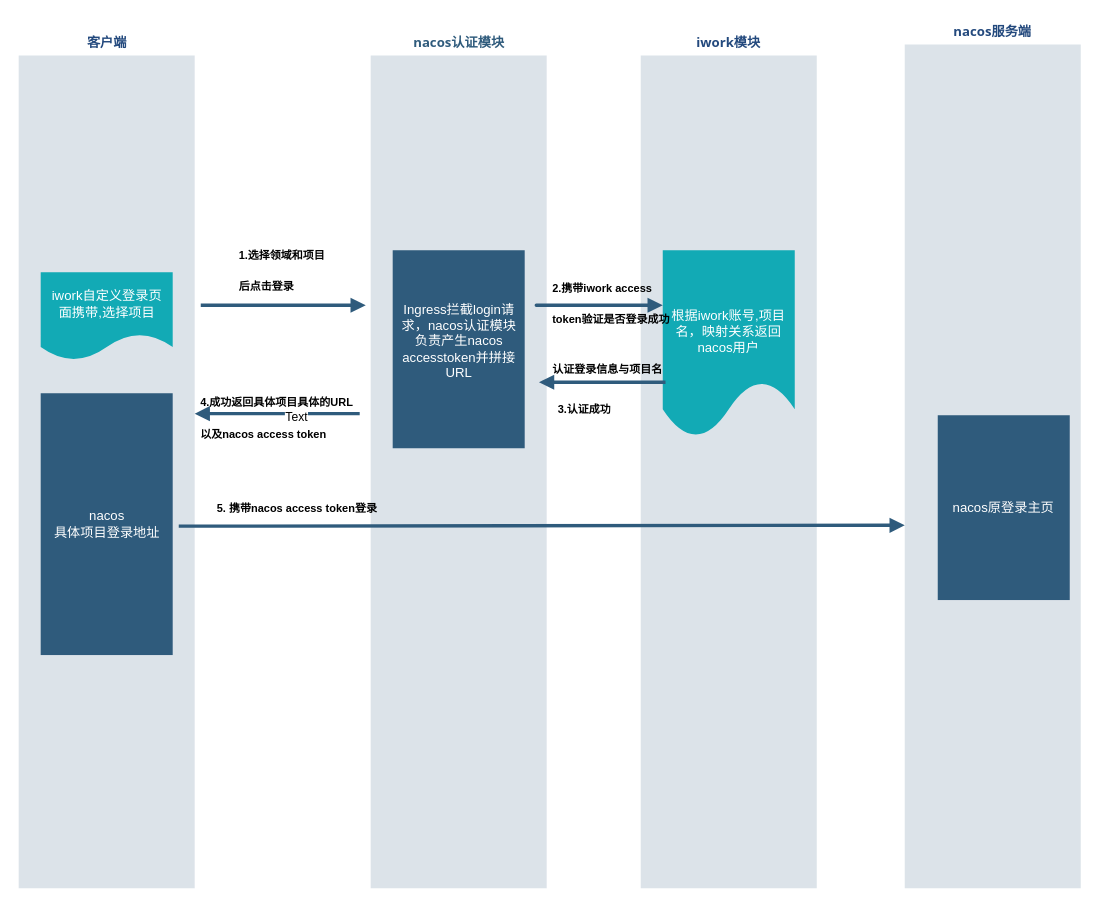
zhao0419/apiserver keeps this draw.io diagram as 未命名绘图.drawio. Above is the earlier version. Source tidied: cells renumbered, new cells numbered last; positions are measured from the earlier drawing's top-left corner, leaving out a move shared by most shapes. Both pictures are drawn from the tidied source at 110%, with x=0, y=0 at pixel (18, 19).
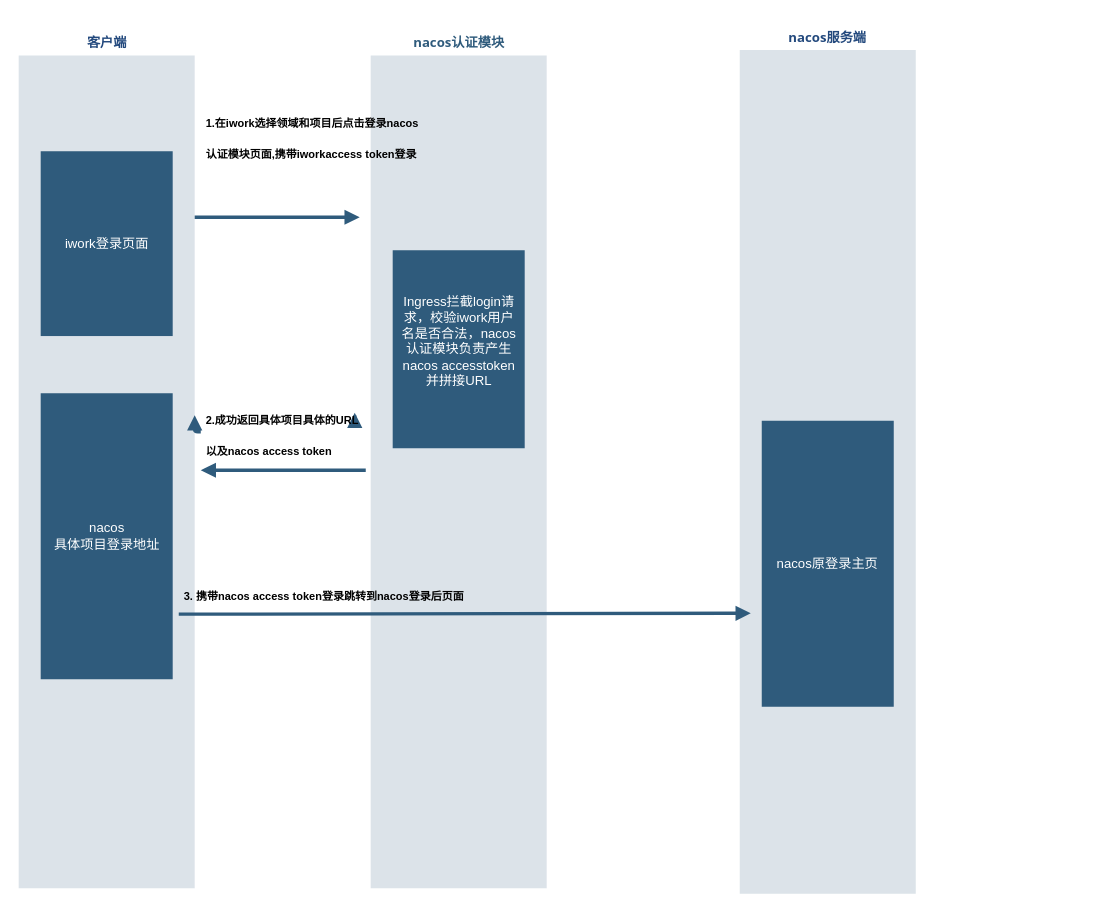
Above is the later version.

Commit message:
更新未命名绘图.drawio

Unchanged cells that the change refers to:
```xml
<mxCell id="2" value="&lt;font color=&quot;#23497d&quot;&gt;客户端&lt;/font&gt;" style="swimlane;whiteSpace=wrap;fillColor=none;swimlaneFillColor=#BAC8D3;fontColor=#2F5B7C;fontFamily=Tahoma;html=1;strokeColor=none;opacity=50;" parent="1" vertex="1">
  <mxGeometry x="0.5" y="10" width="160" height="780" as="geometry" />
</mxCell>
<mxCell id="5" value="nacos认证模块" style="swimlane;whiteSpace=wrap;fillColor=none;swimlaneFillColor=#BAC8D3;fontColor=#2F5B7C;fontFamily=Tahoma;html=1;strokeColor=none;opacity=50;" parent="1" vertex="1">
  <mxGeometry x="320.5" y="10" width="160" height="780" as="geometry" />
</mxCell>
```

The edit, as a diff of the source:
```diff
@@
     <mxCell id="3" value="nacos&lt;br&gt;具体项目登录地址" style="whiteSpace=wrap;shadow=0;fontColor=#FFFFFF;fontFamily=Helvetica;fontStyle=0;html=1;fontSize=12;plain-purple;strokeColor=none;fillColor=#2f5b7c;gradientColor=none;spacing=6;verticalAlign=middle;" parent="2" vertex="1">
-      <mxGeometry x="20" y="330" width="120" height="238" as="geometry" />
+      <mxGeometry x="20" y="330" width="120" height="260" as="geometry" />
     </mxCell>
-    <mxCell id="4" value="iwork自定义登录页面携带,选择项目" style="shape=document;whiteSpace=wrap;verticalAlign=middle;strokeColor=none;fillColor=#12aab5;shadow=0;fontColor=#FFFFFF;fontFamily=Helvetica;fontStyle=0;html=1;fontSize=12;spacing=6;spacingBottom=22;" parent="2" vertex="1">
-      <mxGeometry x="20" y="220" width="120" height="80" as="geometry" />
-    </mxCell>
+    <mxCell id="24" value="iwork登录页面" style="whiteSpace=wrap;shadow=0;fontColor=#FFFFFF;fontFamily=Helvetica;fontStyle=0;html=1;fontSize=12;plain-purple;strokeColor=none;fillColor=#2f5b7c;gradientColor=none;spacing=6;verticalAlign=middle;" parent="2" vertex="1">
+      <mxGeometry x="20" y="110" width="120" height="168" as="geometry" />
+    </mxCell>
@@
-    <mxCell id="6" value="Ingress拦截login请求，nacos认证模块负责产生nacos accesstoken并拼接URL&lt;br&gt;&amp;nbsp;" style="whiteSpace=wrap;shadow=0;fontColor=#FFFFFF;fontFamily=Helvetica;fontStyle=0;html=1;fontSize=12;plain-purple;strokeColor=none;fillColor=#2f5b7c;gradientColor=none;spacing=6;verticalAlign=middle;" parent="5" vertex="1">
+    <mxCell id="6" value="Ingress拦截login请求，校验iwork用户名是否合法，nacos认证模块负责产生nacos accesstoken并拼接URL&lt;br&gt;&amp;nbsp;" style="whiteSpace=wrap;shadow=0;fontColor=#FFFFFF;fontFamily=Helvetica;fontStyle=0;html=1;fontSize=12;plain-purple;strokeColor=none;fillColor=#2f5b7c;gradientColor=none;spacing=6;verticalAlign=middle;" parent="5" vertex="1">
       <mxGeometry x="20" y="200" width="120" height="180" as="geometry" />
     </mxCell>
-    <mxCell id="7" value="&lt;font color=&quot;#23497d&quot;&gt;iwork模块&lt;/font&gt;" style="swimlane;whiteSpace=wrap;fillColor=none;swimlaneFillColor=#BAC8D3;fontColor=#2F5B7C;fontFamily=Tahoma;html=1;strokeColor=none;opacity=50;" parent="1" vertex="1">
-      <mxGeometry x="566" y="10" width="160" height="780" as="geometry" />
-    </mxCell>
-    <mxCell id="8" value="根据iwork账号,项目名，映射关系返回nacos用户" style="shape=document;whiteSpace=wrap;verticalAlign=middle;strokeColor=none;fillColor=#12aab5;shadow=0;fontColor=#FFFFFF;fontFamily=Helvetica;fontStyle=0;html=1;fontSize=12;spacing=6;spacingBottom=22;" parent="7" vertex="1">
-      <mxGeometry x="20" y="200" width="120" height="170" as="geometry" />
-    </mxCell>
     <mxCell id="9" value="&lt;font color=&quot;#23497d&quot;&gt;nacos服务端&lt;/font&gt;" style="swimlane;whiteSpace=wrap;fillColor=none;swimlaneFillColor=#BAC8D3;fontColor=#2F5B7C;fontFamily=Tahoma;html=1;strokeColor=none;opacity=50;" parent="1" vertex="1">
-      <mxGeometry x="806" width="160" height="790" as="geometry" />
+      <mxGeometry x="656" y="5" width="160" height="790" as="geometry" />
     </mxCell>
     <mxCell id="10" value="nacos原登录主页&lt;br&gt;" style="whiteSpace=wrap;shadow=0;fontColor=#FFFFFF;fontFamily=Helvetica;fontStyle=0;html=1;fontSize=12;plain-purple;strokeColor=none;fillColor=#2f5b7c;gradientColor=none;spacing=6;verticalAlign=middle;" parent="9" vertex="1">
-      <mxGeometry x="30" y="360" width="120" height="168" as="geometry" />
+      <mxGeometry x="20" y="360" width="120" height="260" as="geometry" />
     </mxCell>
-    <mxCell id="11" value="&lt;h1&gt;&lt;font size=&quot;1&quot;&gt;3.认证成功&lt;/font&gt;&lt;/h1&gt;" style="text;html=1;strokeColor=none;fillColor=none;spacing=5;spacingTop=-20;whiteSpace=wrap;overflow=hidden;rounded=0;" parent="1" vertex="1">
-      <mxGeometry x="486" y="330" width="80" height="100" as="geometry" />
-    </mxCell>
-    <mxCell id="12" value="&lt;h1&gt;&lt;font size=&quot;1&quot;&gt;5. 携带nacos access token登录&lt;/font&gt;&lt;/h1&gt;" style="text;html=1;strokeColor=none;fillColor=none;spacing=5;spacingTop=-20;whiteSpace=wrap;overflow=hidden;rounded=0;" parent="1" vertex="1">
-      <mxGeometry x="176" y="420" width="370" height="100" as="geometry" />
+    <mxCell id="12" value="&lt;h1&gt;&lt;font size=&quot;1&quot;&gt;3. 携带nacos access token登录跳转到nacos登录后页面&lt;/font&gt;&lt;/h1&gt;" style="text;html=1;strokeColor=none;fillColor=none;spacing=5;spacingTop=-20;whiteSpace=wrap;overflow=hidden;rounded=0;" parent="1" vertex="1">
+      <mxGeometry x="146" y="500" width="370" height="100" as="geometry" />
     </mxCell>
-    <mxCell id="13" value="&lt;h1&gt;&lt;font size=&quot;1&quot;&gt;2.携带iwork access token验证是否登录成功&lt;/font&gt;&lt;/h1&gt;&lt;h1&gt;&lt;font size=&quot;1&quot;&gt;认证登录信息与项目名&lt;/font&gt;&lt;/h1&gt;" style="text;html=1;strokeColor=none;fillColor=none;spacing=5;spacingTop=-20;whiteSpace=wrap;overflow=hidden;rounded=0;" parent="1" vertex="1">
-      <mxGeometry x="480.5" y="220" width="127.8" height="120" as="geometry" />
-    </mxCell>
-    <mxCell id="14" style="edgeStyle=segmentEdgeStyle;strokeColor=#2F5B7C;strokeWidth=3;html=1;endArrow=block;endFill=1;" parent="1" edge="1">
-      <mxGeometry x="164.5" y="178.5" as="geometry">
-        <mxPoint x="588.5" y="330" as="sourcePoint" />
-        <mxPoint x="473.5" y="330" as="targetPoint" />
-      </mxGeometry>
-    </mxCell>
     <mxCell id="15" style="edgeStyle=segmentEdgeStyle;strokeColor=#2F5B7C;strokeWidth=3;html=1;endArrow=block;endFill=1;" parent="1" edge="1">
       <mxGeometry x="140" y="148.5" as="geometry">
-        <mxPoint x="146" y="460.8" as="sourcePoint" />
-        <mxPoint x="806" y="460" as="targetPoint" />
+        <mxPoint x="146" y="540.8" as="sourcePoint" />
+        <mxPoint x="666" y="540" as="targetPoint" />
         <Array as="points">
-          <mxPoint x="176.5" y="461" />
+          <mxPoint x="176.5" y="541" />
         </Array>
       </mxGeometry>
     </mxCell>
     <mxCell id="16" style="edgeStyle=segmentEdgeStyle;strokeColor=#2F5B7C;strokeWidth=3;html=1;endArrow=block;endFill=1;" parent="1" edge="1">
       <mxGeometry x="140" y="148.5" as="geometry">
-        <mxPoint x="166" y="260" as="sourcePoint" />
-        <mxPoint x="316" y="260" as="targetPoint" />
+        <mxPoint x="160.5" y="180" as="sourcePoint" />
+        <mxPoint x="310.5" y="180" as="targetPoint" />
         <Array as="points">
-          <mxPoint x="166" y="260" />
+          <mxPoint x="160.5" y="180" />
         </Array>
       </mxGeometry>
     </mxCell>
@@
-    <mxCell id="19" value="&lt;h1&gt;&lt;font size=&quot;1&quot;&gt;4.成功返回具体项目具体的URL以及nacos access token&lt;/font&gt;&lt;/h1&gt;" style="text;html=1;strokeColor=none;fillColor=none;spacing=5;spacingTop=-20;whiteSpace=wrap;overflow=hidden;rounded=0;" parent="1" vertex="1">
-      <mxGeometry x="160.5" y="324" width="150" height="70" as="geometry" />
+    <mxCell id="19" value="&lt;h1&gt;&lt;font size=&quot;1&quot;&gt;2.成功返回具体项目具体的URL以及nacos access token&lt;/font&gt;&lt;/h1&gt;" style="text;html=1;strokeColor=none;fillColor=none;spacing=5;spacingTop=-20;whiteSpace=wrap;overflow=hidden;rounded=0;" parent="1" vertex="1">
+      <mxGeometry x="166" y="340" width="150" height="70" as="geometry" />
     </mxCell>
     <mxCell id="20" style="edgeStyle=segmentEdgeStyle;strokeColor=#2F5B7C;strokeWidth=3;html=1;endArrow=block;endFill=1;exitX=1;exitY=0;exitDx=0;exitDy=0;" parent="1" edge="1">
       <mxGeometry x="164.5" y="178.5" as="geometry">
-        <mxPoint x="310.5" y="358.6" as="sourcePoint" />
-        <mxPoint x="160.5" y="358.6" as="targetPoint" />
+        <mxPoint x="316" y="410" as="sourcePoint" />
+        <mxPoint x="166" y="410" as="targetPoint" />
       </mxGeometry>
     </mxCell>
-    <mxCell id="21" value="Text" style="edgeLabel;html=1;align=center;verticalAlign=middle;" parent="20" vertex="1">
-      <mxGeometry relative="1" as="geometry">
-        <mxPoint x="17" y="3" as="offset" />
-      </mxGeometry>
-    </mxCell>
-    <mxCell id="22" style="edgeStyle=segmentEdgeStyle;strokeColor=#2F5B7C;strokeWidth=3;html=1;endArrow=block;endFill=1;" parent="1" edge="1">
-      <mxGeometry x="140" y="148.5" as="geometry">
-        <mxPoint x="496" y="260" as="sourcePoint" />
-        <mxPoint x="586" y="260" as="targetPoint" />
-        <Array as="points">
-          <mxPoint x="466" y="260" />
-        </Array>
-      </mxGeometry>
-    </mxCell>
-    <mxCell id="23" value="&lt;h1&gt;&lt;font size=&quot;1&quot;&gt;1.选择领域和项目后点击登录&lt;/font&gt;&lt;/h1&gt;" style="text;html=1;strokeColor=none;fillColor=none;spacing=5;spacingTop=-20;whiteSpace=wrap;overflow=hidden;rounded=0;" parent="1" vertex="1">
-      <mxGeometry x="196" y="190" width="90" height="100" as="geometry" />
+    <mxCell id="23" value="&lt;h1&gt;&lt;font size=&quot;1&quot;&gt;1.在iwork选择领域和项目后点击登录nacos认证模块页面,携带iworkaccess token登录&lt;/font&gt;&lt;/h1&gt;" style="text;html=1;strokeColor=none;fillColor=none;spacing=5;spacingTop=-20;whiteSpace=wrap;overflow=hidden;rounded=0;" parent="1" vertex="1">
+      <mxGeometry x="166" y="70" width="210" height="90" as="geometry" />
     </mxCell>
```
